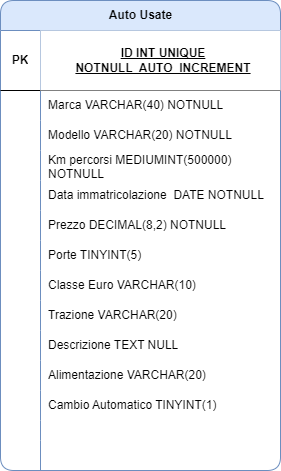
This is autousatedb.drawio.png from marcogiammari/db-first, a draw.io export, as it was before one commit. Source tidied: cells renumbered, new cells last; positions are measured from the earlier drawing's top-left corner, leaving out a move shared by most shapes.
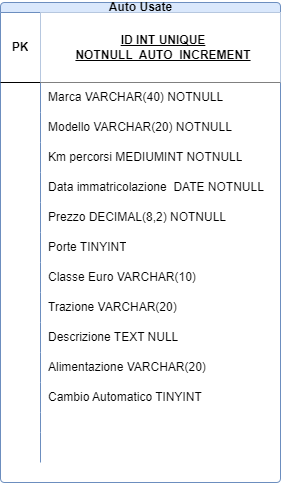
The same diagram one commit later.

The edit, as a diff of the source:
```diff
@@ -2,20 +2,20 @@
   <root>
     <mxCell id="0" />
     <mxCell id="1" parent="0" />
-    <mxCell id="2" value="Auto Usate" style="shape=table;startSize=30;rowLines=0;fontStyle=1;align=center;html=1;fillColor=#dae8fc;strokeColor=#6c8ebf;perimeterSpacing=0;rounded=1;shadow=0;" parent="1" vertex="1">
-      <mxGeometry width="280" height="470" as="geometry" />
+    <mxCell id="2" value="Auto Usate" style="shape=table;startSize=10;rowLines=0;fontStyle=1;align=center;html=1;fillColor=#dae8fc;strokeColor=#6c8ebf;perimeterSpacing=0;rounded=1;shadow=0;" parent="1" vertex="1">
+      <mxGeometry width="280" height="480" as="geometry" />
     </mxCell>
     <mxCell id="3" style="shape=tableRow;horizontal=0;startSize=0;swimlaneHead=0;swimlaneBody=0;fillColor=none;top=0;left=0;right=0;bottom=1;rounded=1;" parent="2" vertex="1">
-      <mxGeometry y="30" width="280" height="60" as="geometry" />
+      <mxGeometry y="10" width="280" height="70" as="geometry" />
     </mxCell>
     <mxCell id="4" value="PK" style="shape=partialRectangle;fillColor=none;top=0;left=0;bottom=0;right=0;fontStyle=1;overflow=hidden;whiteSpace=wrap;html=1;rounded=1;" parent="3" vertex="1">
-      <mxGeometry width="40" height="60" as="geometry" />
+      <mxGeometry width="40" height="70" as="geometry" />
     </mxCell>
     <mxCell id="5" value="ID INT UNIQUE &lt;br&gt;NOTNULL&amp;nbsp;&amp;nbsp;AUTO_INCREMENT" style="shape=partialRectangle;top=0;left=0;bottom=0;right=0;align=center;spacingLeft=6;fontStyle=5;overflow=hidden;whiteSpace=wrap;html=1;strokeWidth=0;perimeterSpacing=0;rounded=1;" parent="3" vertex="1">
-      <mxGeometry x="40" width="240" height="60" as="geometry" />
+      <mxGeometry x="40" width="240" height="70" as="geometry" />
     </mxCell>
     <mxCell id="6" style="shape=tableRow;horizontal=0;startSize=0;swimlaneHead=0;swimlaneBody=0;fillColor=none;top=0;left=0;right=0;bottom=0;rounded=1;" parent="2" vertex="1">
-      <mxGeometry y="90" width="280" height="30" as="geometry" />
+      <mxGeometry y="80" width="280" height="30" as="geometry" />
     </mxCell>
     <mxCell id="7" style="shape=partialRectangle;fillColor=none;top=0;left=0;bottom=0;right=0;overflow=hidden;whiteSpace=wrap;html=1;rounded=1;" parent="6" vertex="1">
       <mxGeometry width="40" height="30" as="geometry" />
@@ -24,7 +24,7 @@
       <mxGeometry x="40" width="240" height="30" as="geometry" />
     </mxCell>
     <mxCell id="9" style="shape=tableRow;horizontal=0;startSize=0;swimlaneHead=0;swimlaneBody=0;fillColor=none;top=0;left=0;right=0;bottom=0;rounded=1;" parent="2" vertex="1">
-      <mxGeometry y="120" width="280" height="30" as="geometry" />
+      <mxGeometry y="110" width="280" height="30" as="geometry" />
     </mxCell>
     <mxCell id="10" style="shape=partialRectangle;fillColor=none;top=0;left=0;bottom=0;right=0;overflow=hidden;whiteSpace=wrap;html=1;rounded=1;" parent="9" vertex="1">
       <mxGeometry width="40" height="30" as="geometry" />
@@ -33,16 +33,16 @@
       <mxGeometry x="40" width="240" height="30" as="geometry" />
     </mxCell>
     <mxCell id="12" style="shape=tableRow;horizontal=0;startSize=0;swimlaneHead=0;swimlaneBody=0;fillColor=none;top=0;left=0;right=0;bottom=0;rounded=1;" parent="2" vertex="1">
-      <mxGeometry y="150" width="280" height="30" as="geometry" />
+      <mxGeometry y="140" width="280" height="30" as="geometry" />
     </mxCell>
     <mxCell id="13" style="shape=partialRectangle;fillColor=none;top=0;left=0;bottom=0;right=0;overflow=hidden;whiteSpace=wrap;html=1;rounded=1;" parent="12" vertex="1">
       <mxGeometry width="40" height="30" as="geometry" />
     </mxCell>
-    <mxCell id="14" value="Km percorsi MEDIUMINT(500000) NOTNULL" style="shape=partialRectangle;fillColor=none;top=0;left=0;bottom=0;right=0;align=left;spacingLeft=6;overflow=hidden;whiteSpace=wrap;html=1;rounded=1;" parent="12" vertex="1">
+    <mxCell id="14" value="Km percorsi MEDIUMINT NOTNULL" style="shape=partialRectangle;fillColor=none;top=0;left=0;bottom=0;right=0;align=left;spacingLeft=6;overflow=hidden;whiteSpace=wrap;html=1;rounded=1;" parent="12" vertex="1">
       <mxGeometry x="40" width="240" height="30" as="geometry" />
     </mxCell>
     <mxCell id="15" style="shape=tableRow;horizontal=0;startSize=0;swimlaneHead=0;swimlaneBody=0;fillColor=none;top=0;left=0;right=0;bottom=0;rounded=1;" parent="2" vertex="1">
-      <mxGeometry y="180" width="280" height="30" as="geometry" />
+      <mxGeometry y="170" width="280" height="30" as="geometry" />
     </mxCell>
     <mxCell id="16" style="shape=partialRectangle;fillColor=none;top=0;left=0;bottom=0;right=0;overflow=hidden;whiteSpace=wrap;html=1;rounded=1;" parent="15" vertex="1">
       <mxGeometry width="40" height="30" as="geometry" />
@@ -51,7 +51,7 @@
       <mxGeometry x="40" width="240" height="30" as="geometry" />
     </mxCell>
     <mxCell id="18" style="shape=tableRow;horizontal=0;startSize=0;swimlaneHead=0;swimlaneBody=0;fillColor=none;top=0;left=0;right=0;bottom=0;rounded=1;" parent="2" vertex="1">
-      <mxGeometry y="210" width="280" height="30" as="geometry" />
+      <mxGeometry y="200" width="280" height="30" as="geometry" />
     </mxCell>
     <mxCell id="19" style="shape=partialRectangle;fillColor=none;top=0;left=0;bottom=0;right=0;overflow=hidden;whiteSpace=wrap;html=1;rounded=1;" parent="18" vertex="1">
       <mxGeometry width="40" height="30" as="geometry" />
@@ -60,16 +60,16 @@
       <mxGeometry x="40" width="240" height="30" as="geometry" />
     </mxCell>
     <mxCell id="21" style="shape=tableRow;horizontal=0;startSize=0;swimlaneHead=0;swimlaneBody=0;fillColor=none;top=0;left=0;right=0;bottom=0;rounded=1;" parent="2" vertex="1">
-      <mxGeometry y="240" width="280" height="30" as="geometry" />
+      <mxGeometry y="230" width="280" height="30" as="geometry" />
     </mxCell>
     <mxCell id="22" style="shape=partialRectangle;fillColor=none;top=0;left=0;bottom=0;right=0;overflow=hidden;whiteSpace=wrap;html=1;rounded=1;" parent="21" vertex="1">
       <mxGeometry width="40" height="30" as="geometry" />
     </mxCell>
-    <mxCell id="23" value="Porte TINYINT(5)&amp;nbsp;" style="shape=partialRectangle;fillColor=none;top=0;left=0;bottom=0;right=0;align=left;spacingLeft=6;overflow=hidden;whiteSpace=wrap;html=1;rounded=1;" parent="21" vertex="1">
+    <mxCell id="23" value="Porte TINYINT" style="shape=partialRectangle;fillColor=none;top=0;left=0;bottom=0;right=0;align=left;spacingLeft=6;overflow=hidden;whiteSpace=wrap;html=1;rounded=1;" parent="21" vertex="1">
       <mxGeometry x="40" width="240" height="30" as="geometry" />
     </mxCell>
     <mxCell id="24" style="shape=tableRow;horizontal=0;startSize=0;swimlaneHead=0;swimlaneBody=0;fillColor=none;top=0;left=0;right=0;bottom=0;rounded=1;" parent="2" vertex="1">
-      <mxGeometry y="270" width="280" height="30" as="geometry" />
+      <mxGeometry y="260" width="280" height="30" as="geometry" />
     </mxCell>
     <mxCell id="25" style="shape=partialRectangle;fillColor=none;top=0;left=0;bottom=0;right=0;overflow=hidden;whiteSpace=wrap;html=1;rounded=1;" parent="24" vertex="1">
       <mxGeometry width="40" height="30" as="geometry" />
@@ -78,7 +78,7 @@
       <mxGeometry x="40" width="240" height="30" as="geometry" />
     </mxCell>
     <mxCell id="27" style="shape=tableRow;horizontal=0;startSize=0;swimlaneHead=0;swimlaneBody=0;fillColor=none;top=0;left=0;right=0;bottom=0;rounded=1;" parent="2" vertex="1">
-      <mxGeometry y="300" width="280" height="30" as="geometry" />
+      <mxGeometry y="290" width="280" height="30" as="geometry" />
     </mxCell>
     <mxCell id="28" style="shape=partialRectangle;fillColor=none;top=0;left=0;bottom=0;right=0;overflow=hidden;whiteSpace=wrap;html=1;rounded=1;" parent="27" vertex="1">
       <mxGeometry width="40" height="30" as="geometry" />
@@ -87,7 +87,7 @@
       <mxGeometry x="40" width="240" height="30" as="geometry" />
     </mxCell>
     <mxCell id="30" style="shape=tableRow;horizontal=0;startSize=0;swimlaneHead=0;swimlaneBody=0;fillColor=none;top=0;left=0;right=0;bottom=0;rounded=1;" parent="2" vertex="1">
-      <mxGeometry y="330" width="280" height="30" as="geometry" />
+      <mxGeometry y="320" width="280" height="30" as="geometry" />
     </mxCell>
     <mxCell id="31" style="shape=partialRectangle;fillColor=none;top=0;left=0;bottom=0;right=0;overflow=hidden;whiteSpace=wrap;html=1;rounded=1;" parent="30" vertex="1">
       <mxGeometry width="40" height="30" as="geometry" />
@@ -96,7 +96,7 @@
       <mxGeometry x="40" width="240" height="30" as="geometry" />
     </mxCell>
     <mxCell id="33" style="shape=tableRow;horizontal=0;startSize=0;swimlaneHead=0;swimlaneBody=0;fillColor=none;top=0;left=0;right=0;bottom=0;rounded=1;" parent="2" vertex="1">
-      <mxGeometry y="360" width="280" height="30" as="geometry" />
+      <mxGeometry y="350" width="280" height="30" as="geometry" />
     </mxCell>
     <mxCell id="34" style="shape=partialRectangle;fillColor=none;top=0;left=0;bottom=0;right=0;overflow=hidden;whiteSpace=wrap;html=1;rounded=1;" parent="33" vertex="1">
       <mxGeometry width="40" height="30" as="geometry" />
@@ -105,16 +105,16 @@
       <mxGeometry x="40" width="240" height="30" as="geometry" />
     </mxCell>
     <mxCell id="36" style="shape=tableRow;horizontal=0;startSize=0;swimlaneHead=0;swimlaneBody=0;fillColor=none;top=0;left=0;right=0;bottom=0;rounded=1;" parent="2" vertex="1">
-      <mxGeometry y="390" width="280" height="30" as="geometry" />
+      <mxGeometry y="380" width="280" height="30" as="geometry" />
     </mxCell>
     <mxCell id="37" style="shape=partialRectangle;fillColor=none;top=0;left=0;bottom=0;right=0;overflow=hidden;whiteSpace=wrap;html=1;rounded=1;" parent="36" vertex="1">
       <mxGeometry width="40" height="30" as="geometry" />
     </mxCell>
-    <mxCell id="38" value="Cambio Automatico TINYINT(1)" style="shape=partialRectangle;fillColor=none;top=0;left=0;bottom=0;right=0;align=left;spacingLeft=6;overflow=hidden;whiteSpace=wrap;html=1;rounded=1;" parent="36" vertex="1">
+    <mxCell id="38" value="Cambio Automatico TINYINT&lt;br&gt;" style="shape=partialRectangle;fillColor=none;top=0;left=0;bottom=0;right=0;align=left;spacingLeft=6;overflow=hidden;whiteSpace=wrap;html=1;rounded=1;" parent="36" vertex="1">
       <mxGeometry x="40" width="240" height="30" as="geometry" />
     </mxCell>
     <mxCell id="39" style="shape=tableRow;horizontal=0;startSize=0;swimlaneHead=0;swimlaneBody=0;fillColor=none;top=0;left=0;right=0;bottom=0;rounded=1;" parent="2" vertex="1">
-      <mxGeometry y="420" width="280" height="20" as="geometry" />
+      <mxGeometry y="410" width="280" height="20" as="geometry" />
     </mxCell>
     <mxCell id="40" style="shape=partialRectangle;fillColor=none;top=0;left=0;bottom=0;right=0;overflow=hidden;whiteSpace=wrap;html=1;rounded=1;" parent="39" vertex="1">
       <mxGeometry width="40" height="20" as="geometry" />
@@ -123,7 +123,7 @@
       <mxGeometry x="40" width="240" height="20" as="geometry" />
     </mxCell>
     <mxCell id="42" style="shape=tableRow;horizontal=0;startSize=0;swimlaneHead=0;swimlaneBody=0;fillColor=none;top=0;left=0;right=0;bottom=0;rounded=1;" parent="2" vertex="1">
-      <mxGeometry y="440" width="280" height="30" as="geometry" />
+      <mxGeometry y="430" width="280" height="30" as="geometry" />
     </mxCell>
     <mxCell id="43" style="shape=partialRectangle;fillColor=none;top=0;left=0;bottom=0;right=0;overflow=hidden;whiteSpace=wrap;html=1;rounded=1;" parent="42" vertex="1">
       <mxGeometry width="40" height="30" as="geometry" />
```
